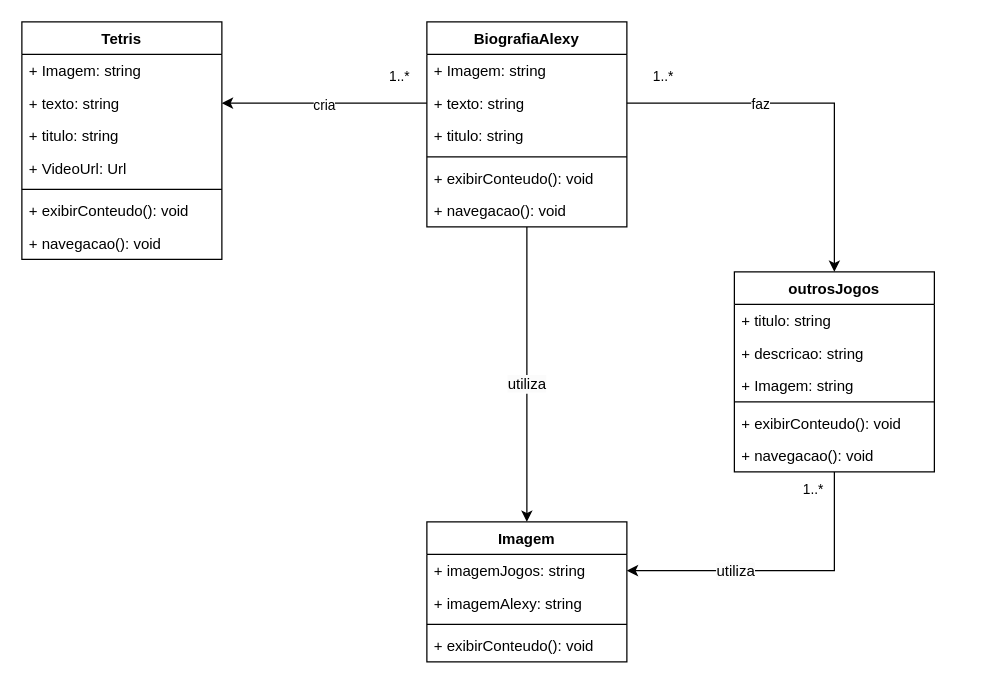
The draw.io diagram DiagramaApp.drawio in KalCastro/Trabalho_mobile, before the edit. Source tidied: cells renumbered, new cells numbered last; positions are measured from the earlier drawing's top-left corner, leaving out a move shared by most shapes. Both pictures are drawn from the tidied source at 125%, with x=0, y=0 at pixel (21, 21).
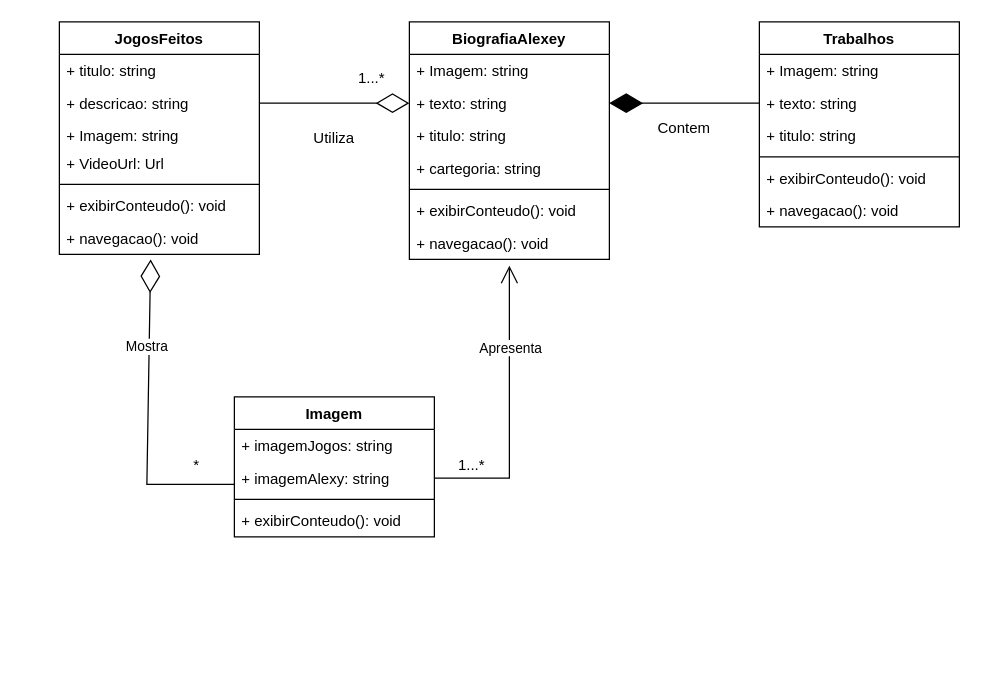
Above is the later version.

Unchanged cells that the change refers to:
```xml
<mxCell id="6" value="+ texto: string" style="text;strokeColor=none;fillColor=none;align=left;verticalAlign=top;spacingLeft=4;spacingRight=4;overflow=hidden;points=[[0,0.5],[1,0.5]];portConstraint=eastwest;whiteSpace=wrap;html=1;" parent="4" vertex="1">
  <mxGeometry y="52" width="160" height="26" as="geometry" />
</mxCell>
<mxCell id="13" value="+ texto: string" style="text;strokeColor=none;fillColor=none;align=left;verticalAlign=top;spacingLeft=4;spacingRight=4;overflow=hidden;points=[[0,0.5],[1,0.5]];portConstraint=eastwest;whiteSpace=wrap;html=1;" parent="11" vertex="1">
  <mxGeometry y="52" width="160" height="26" as="geometry" />
</mxCell>
<mxCell id="23" value="+ descricao: string" style="text;strokeColor=none;fillColor=none;align=left;verticalAlign=top;spacingLeft=4;spacingRight=4;overflow=hidden;points=[[0,0.5],[1,0.5]];portConstraint=eastwest;whiteSpace=wrap;html=1;" parent="21" vertex="1">
  <mxGeometry y="52" width="160" height="26" as="geometry" />
</mxCell>
<mxCell id="29" value="+ imagemJogos: string" style="text;strokeColor=none;fillColor=none;align=left;verticalAlign=top;spacingLeft=4;spacingRight=4;overflow=hidden;points=[[0,0.5],[1,0.5]];portConstraint=eastwest;whiteSpace=wrap;html=1;" parent="28" vertex="1">
  <mxGeometry y="26" width="160" height="26" as="geometry" />
</mxCell>
<mxCell id="30" value="+ imagemAlexy: string" style="text;strokeColor=none;fillColor=none;align=left;verticalAlign=top;spacingLeft=4;spacingRight=4;overflow=hidden;points=[[0,0.5],[1,0.5]];portConstraint=eastwest;whiteSpace=wrap;html=1;" parent="28" vertex="1">
  <mxGeometry y="52" width="160" height="26" as="geometry" />
</mxCell>
```

What changed in the source:
```diff
@@
-    <mxCell id="2" style="edgeStyle=orthogonalEdgeStyle;rounded=0;jettySize=auto;html=1;entryX=0.5;entryY=0;entryDx=0;entryDy=0;" parent="1" edge="1" source="4" target="28">
-      <mxGeometry relative="1" as="geometry" />
-    </mxCell>
-    <mxCell id="3" value="&lt;span style=&quot;font-size: 12px; text-wrap: wrap; background-color: rgb(251, 251, 251);&quot;&gt;utiliza&lt;/span&gt;" style="edgeLabel;html=1;align=center;verticalAlign=middle;" parent="2" vertex="1">
-      <mxGeometry x="0.06" y="-1" relative="1" as="geometry" />
-    </mxCell>
-    <mxCell id="4" value="BiografiaAlexy" style="swimlane;fontStyle=1;align=center;verticalAlign=top;horizontal=1;startSize=26;whiteSpace=wrap;html=1;" parent="1" vertex="1">
-      <mxGeometry x="324" width="160" height="164" as="geometry" />
+    <mxCell id="4" value="BiografiaAlexey" style="swimlane;fontStyle=1;align=center;verticalAlign=top;horizontal=1;startSize=26;whiteSpace=wrap;html=1;" parent="1" vertex="1">
+      <mxGeometry x="310" width="160" height="190" as="geometry" />
     </mxCell>
@@
+    <mxCell id="40" value="+ cartegoria: string" style="text;strokeColor=none;fillColor=none;align=left;verticalAlign=top;spacingLeft=4;spacingRight=4;overflow=hidden;whiteSpace=wrap;html=1;" parent="4" vertex="1">
+      <mxGeometry y="104" width="160" height="26" as="geometry" />
+    </mxCell>
     <mxCell id="8" style="line;strokeWidth=1;fillColor=none;align=left;verticalAlign=middle;spacingTop=-1;spacingLeft=3;spacingRight=3;labelPosition=right;strokeColor=inherit;" parent="4" vertex="1">
-      <mxGeometry y="104" width="160" height="8" as="geometry" />
+      <mxGeometry y="130" width="160" height="8" as="geometry" />
     </mxCell>
     <mxCell id="9" value="+ exibirConteudo(): void" style="text;strokeColor=none;fillColor=none;align=left;verticalAlign=top;spacingLeft=4;spacingRight=4;overflow=hidden;whiteSpace=wrap;html=1;" parent="4" vertex="1">
-      <mxGeometry y="112" width="160" height="26" as="geometry" />
+      <mxGeometry y="138" width="160" height="26" as="geometry" />
     </mxCell>
     <mxCell id="10" value="+ navegacao(): void" style="text;strokeColor=none;fillColor=none;align=left;verticalAlign=top;spacingLeft=4;spacingRight=4;overflow=hidden;whiteSpace=wrap;html=1;" parent="4" vertex="1">
-      <mxGeometry y="138" width="160" height="26" as="geometry" />
+      <mxGeometry y="164" width="160" height="26" as="geometry" />
     </mxCell>
-    <mxCell id="11" value="Tetris" style="swimlane;fontStyle=1;align=center;verticalAlign=top;horizontal=1;startSize=26;whiteSpace=wrap;html=1;" parent="1" vertex="1">
-      <mxGeometry width="160" height="190" as="geometry" />
+    <mxCell id="11" value="Trabalhos" style="swimlane;fontStyle=1;align=center;verticalAlign=top;horizontal=1;startSize=26;whiteSpace=wrap;html=1;" parent="1" vertex="1">
+      <mxGeometry x="590" width="160" height="164" as="geometry" />
     </mxCell>
@@
-    <mxCell id="15" value="+ VideoUrl: Url" style="text;strokeColor=none;fillColor=none;align=left;verticalAlign=top;spacingLeft=4;spacingRight=4;overflow=hidden;whiteSpace=wrap;html=1;" parent="11" vertex="1">
-      <mxGeometry y="104" width="160" height="26" as="geometry" />
-    </mxCell>
     <mxCell id="16" style="line;strokeWidth=1;fillColor=none;align=left;verticalAlign=middle;spacingTop=-1;spacingLeft=3;spacingRight=3;labelPosition=right;strokeColor=inherit;" parent="11" vertex="1">
-      <mxGeometry y="130" width="160" height="8" as="geometry" />
+      <mxGeometry y="104" width="160" height="8" as="geometry" />
     </mxCell>
     <mxCell id="17" value="+ exibirConteudo(): void" style="text;strokeColor=none;fillColor=none;align=left;verticalAlign=top;spacingLeft=4;spacingRight=4;overflow=hidden;whiteSpace=wrap;html=1;" parent="11" vertex="1">
-      <mxGeometry y="138" width="160" height="26" as="geometry" />
+      <mxGeometry y="112" width="160" height="26" as="geometry" />
     </mxCell>
     <mxCell id="18" value="+ navegacao(): void" style="text;strokeColor=none;fillColor=none;align=left;verticalAlign=top;spacingLeft=4;spacingRight=4;overflow=hidden;whiteSpace=wrap;html=1;" parent="11" vertex="1">
-      <mxGeometry y="164" width="160" height="26" as="geometry" />
+      <mxGeometry y="138" width="160" height="26" as="geometry" />
     </mxCell>
-    <mxCell id="19" style="edgeStyle=orthogonalEdgeStyle;rounded=0;jettySize=auto;html=1;entryX=1;entryY=0.5;entryDx=0;entryDy=0;" parent="1" edge="1" source="21" target="29">
-      <mxGeometry relative="1" as="geometry" />
-    </mxCell>
-    <mxCell id="20" value="&lt;span style=&quot;font-size: 12px; text-wrap: wrap; background-color: rgb(251, 251, 251);&quot;&gt;utiliza&lt;/span&gt;" style="edgeLabel;html=1;align=center;verticalAlign=middle;" parent="19" vertex="1">
-      <mxGeometry x="0.3" y="3" relative="1" as="geometry">
-        <mxPoint y="-3" as="offset" />
-      </mxGeometry>
-    </mxCell>
-    <mxCell id="21" value="outrosJogos" style="swimlane;fontStyle=1;align=center;verticalAlign=top;horizontal=1;startSize=26;whiteSpace=wrap;html=1;" parent="1" vertex="1">
-      <mxGeometry x="570" y="200" width="160" height="160" as="geometry" />
+    <mxCell id="21" value="JogosFeitos" style="swimlane;fontStyle=1;align=center;verticalAlign=top;horizontal=1;startSize=26;whiteSpace=wrap;html=1;" parent="1" vertex="1">
+      <mxGeometry x="30" width="160" height="186" as="geometry" />
     </mxCell>
@@
+    <mxCell id="15" value="+ VideoUrl: Url" style="text;strokeColor=none;fillColor=none;align=left;verticalAlign=top;spacingLeft=4;spacingRight=4;overflow=hidden;whiteSpace=wrap;html=1;" parent="21" vertex="1">
+      <mxGeometry y="100" width="160" height="26" as="geometry" />
+    </mxCell>
     <mxCell id="25" style="line;strokeWidth=1;fillColor=none;align=left;verticalAlign=middle;spacingTop=-1;spacingLeft=3;spacingRight=3;labelPosition=right;strokeColor=inherit;" parent="21" vertex="1">
-      <mxGeometry y="100" width="160" height="8" as="geometry" />
+      <mxGeometry y="126" width="160" height="8" as="geometry" />
     </mxCell>
     <mxCell id="26" value="+ exibirConteudo(): void" style="text;strokeColor=none;fillColor=none;align=left;verticalAlign=top;spacingLeft=4;spacingRight=4;overflow=hidden;whiteSpace=wrap;html=1;" parent="21" vertex="1">
-      <mxGeometry y="108" width="160" height="26" as="geometry" />
+      <mxGeometry y="134" width="160" height="26" as="geometry" />
     </mxCell>
     <mxCell id="27" value="+ navegacao(): void" style="text;strokeColor=none;fillColor=none;align=left;verticalAlign=top;spacingLeft=4;spacingRight=4;overflow=hidden;whiteSpace=wrap;html=1;" parent="21" vertex="1">
-      <mxGeometry y="134" width="160" height="26" as="geometry" />
+      <mxGeometry y="160" width="160" height="26" as="geometry" />
     </mxCell>
     <mxCell id="28" value="Imagem" style="swimlane;fontStyle=1;align=center;verticalAlign=top;horizontal=1;startSize=26;whiteSpace=wrap;html=1;" parent="1" vertex="1">
-      <mxGeometry x="324" y="400" width="160" height="112" as="geometry" />
+      <mxGeometry x="170" y="300" width="160" height="112" as="geometry" />
     </mxCell>
@@
-    <mxCell id="33" style="edgeStyle=orthogonalEdgeStyle;rounded=0;jettySize=auto;html=1;entryX=1;entryY=0.5;entryDx=0;entryDy=0;" parent="1" edge="1" source="6" target="13">
-      <mxGeometry relative="1" as="geometry" />
-    </mxCell>
-    <mxCell id="34" value="cria" style="edgeLabel;html=1;align=center;verticalAlign=middle;" parent="33" vertex="1">
-      <mxGeometry x="0.01" y="1" relative="1" as="geometry" />
-    </mxCell>
-    <mxCell id="35" style="edgeStyle=orthogonalEdgeStyle;rounded=0;jettySize=auto;html=1;entryX=0.5;entryY=0;entryDx=0;entryDy=0;" parent="1" edge="1" source="6" target="21">
-      <mxGeometry relative="1" as="geometry" />
-    </mxCell>
-    <mxCell id="36" value="faz" style="edgeLabel;html=1;align=center;verticalAlign=middle;" parent="35" vertex="1">
-      <mxGeometry x="-0.37" y="-4" relative="1" as="geometry">
-        <mxPoint x="11" y="-4" as="offset" />
-      </mxGeometry>
-    </mxCell>
-    <mxCell id="37" value="1..*" style="edgeLabel;html=1;align=center;verticalAlign=middle;" parent="1" vertex="1">
-      <mxGeometry x="309.8" y="40" as="geometry">
-        <mxPoint x="-8" y="3" as="offset" />
-      </mxGeometry>
-    </mxCell>
-    <mxCell id="38" value="1..*" style="edgeLabel;html=1;align=center;verticalAlign=middle;" parent="1" vertex="1">
-      <mxGeometry x="640" y="370" as="geometry">
-        <mxPoint x="-8" y="3" as="offset" />
-      </mxGeometry>
-    </mxCell>
-    <mxCell id="39" value="1..*" style="edgeLabel;html=1;align=center;verticalAlign=middle;" parent="1" vertex="1">
-      <mxGeometry x="520" y="40" as="geometry">
-        <mxPoint x="-8" y="3" as="offset" />
-      </mxGeometry>
-    </mxCell>
+    <mxCell id="41" style="endArrow=diamondThin;endFill=1;endSize=24;html=1;rounded=0;exitX=0;exitY=0.5;exitDx=0;exitDy=0;entryX=1;entryY=0.5;entryDx=0;entryDy=0;" parent="1" edge="1" source="13" target="6">
+      <mxGeometry relative="1" as="geometry" />
+    </mxCell>
+    <mxCell id="42" style="endArrow=diamondThin;endFill=0;endSize=24;html=1;rounded=0;exitX=1;exitY=0.5;exitDx=0;exitDy=0;entryX=0;entryY=0.5;entryDx=0;entryDy=0;" parent="1" edge="1" source="23" target="6">
+      <mxGeometry relative="1" as="geometry" />
+    </mxCell>
+    <mxCell id="43" value="1...*" style="text;html=1;align=center;verticalAlign=middle;whiteSpace=wrap;rounded=0;" parent="1" vertex="1">
+      <mxGeometry x="250" y="30" width="60" height="30" as="geometry" />
+    </mxCell>
+    <mxCell id="44" value="1...*" style="text;html=1;align=center;verticalAlign=middle;whiteSpace=wrap;rounded=0;" parent="1" vertex="1">
+      <mxGeometry x="330" y="340" width="60" height="30" as="geometry" />
+    </mxCell>
+    <mxCell id="45" value="*" style="text;html=1;align=center;verticalAlign=middle;whiteSpace=wrap;rounded=0;" parent="1" vertex="1">
+      <mxGeometry x="110" y="340" width="60" height="30" as="geometry" />
+    </mxCell>
+    <mxCell id="46" value="Contem" style="text;html=1;align=center;verticalAlign=middle;whiteSpace=wrap;rounded=0;" parent="1" vertex="1">
+      <mxGeometry x="500" y="70" width="60" height="30" as="geometry" />
+    </mxCell>
+    <mxCell id="47" value="Utiliza" style="text;html=1;align=center;verticalAlign=middle;whiteSpace=wrap;rounded=0;" parent="1" vertex="1">
+      <mxGeometry x="220" y="78" width="60" height="30" as="geometry" />
+    </mxCell>
+    <mxCell id="48" style="endArrow=open;endFill=1;endSize=12;html=1;rounded=0;exitX=1;exitY=0.5;exitDx=0;exitDy=0;" parent="1" edge="1" source="30">
+      <mxGeometry relative="1" as="geometry">
+        <mxPoint x="390" y="195" as="targetPoint" />
+        <Array as="points">
+          <mxPoint x="390" y="365" />
+          <mxPoint x="390" y="255" />
+        </Array>
+      </mxGeometry>
+    </mxCell>
+    <mxCell id="49" value="Apresenta" style="edgeLabel;html=1;align=center;verticalAlign=middle;" parent="48" vertex="1">
+      <mxGeometry x="0.33" y="-1" relative="1" as="geometry">
+        <mxPoint x="-1" y="-12" as="offset" />
+      </mxGeometry>
+    </mxCell>
+    <mxCell id="50" style="endArrow=diamondThin;endFill=0;endSize=24;html=1;rounded=0;exitX=1;exitY=1;exitDx=0;exitDy=0;" parent="1" edge="1" source="45">
+      <mxGeometry relative="1" as="geometry">
+        <mxPoint x="103" y="190" as="targetPoint" />
+        <Array as="points">
+          <mxPoint x="100" y="370" />
+        </Array>
+      </mxGeometry>
+    </mxCell>
+    <mxCell id="51" value="Mostra" style="edgeLabel;html=1;align=center;verticalAlign=middle;" parent="50" vertex="1">
+      <mxGeometry x="0.4" y="2" relative="1" as="geometry">
+        <mxPoint y="-5" as="offset" />
+      </mxGeometry>
+    </mxCell>
```
